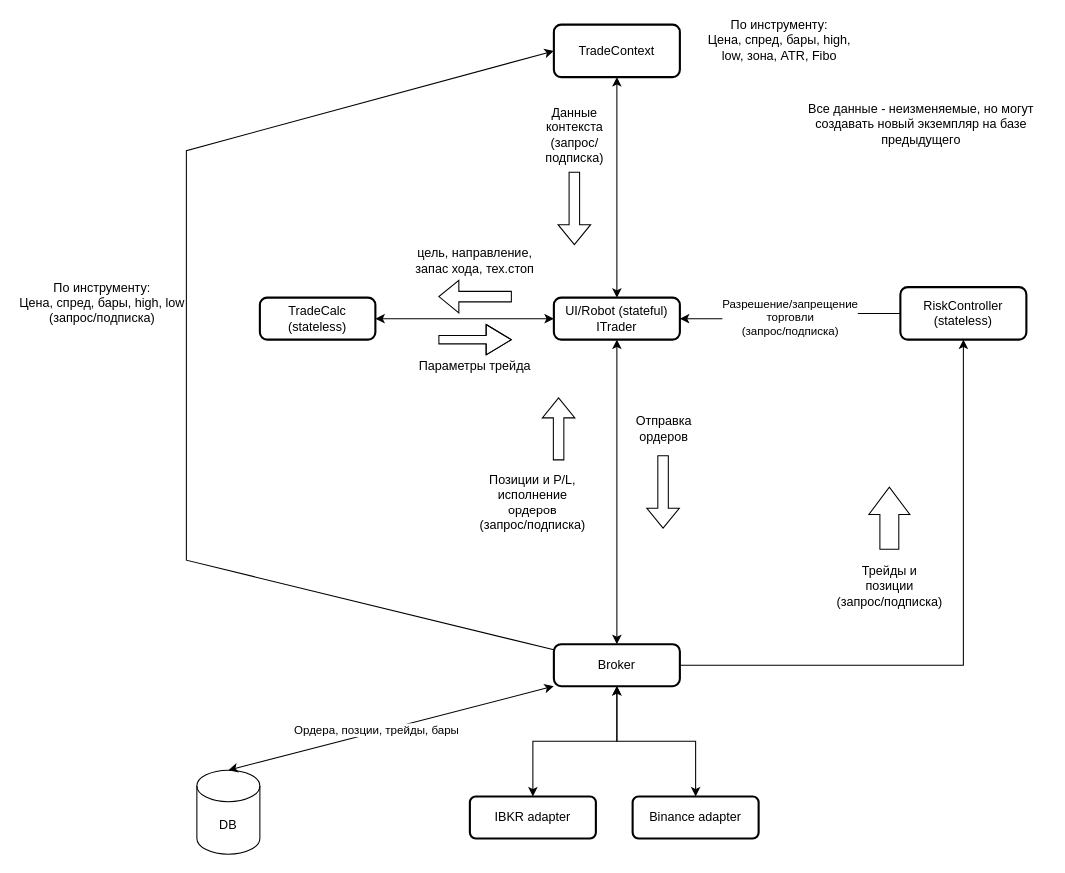
utamons/trade keeps this draw.io diagram as architechture.drawio. Above is the earlier version. Source tidied: cells renumbered, new cells numbered last; positions are measured from the earlier drawing's top-left corner, leaving out a move shared by most shapes. Both pictures are drawn from the tidied source at 105%, with x=0, y=0 at pixel (18, 24).
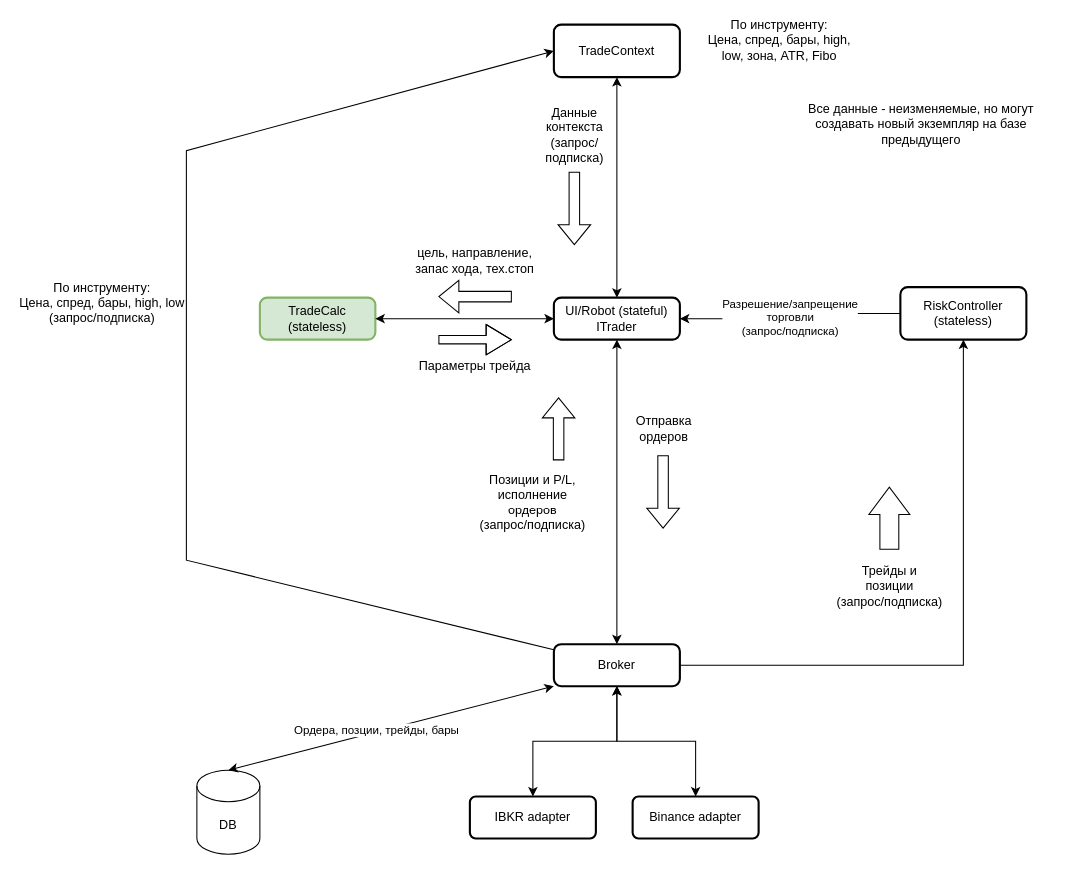
Above is the later version.

The edit, as a diff of the source:
```diff
@@
-    <mxCell id="3" value="TradeCalc&lt;div&gt;(stateless)&lt;/div&gt;" style="rounded=1;whiteSpace=wrap;html=1;absoluteArcSize=1;arcSize=14;strokeWidth=2;" parent="1" vertex="1">
+    <mxCell id="3" value="TradeCalc&lt;div&gt;(stateless)&lt;/div&gt;" style="rounded=1;whiteSpace=wrap;html=1;absoluteArcSize=1;arcSize=14;strokeWidth=2;fillColor=#d5e8d4;strokeColor=#82b366;" parent="1" vertex="1">
       <mxGeometry x="230" y="260" width="110" height="40" as="geometry" />
     </mxCell>
```
